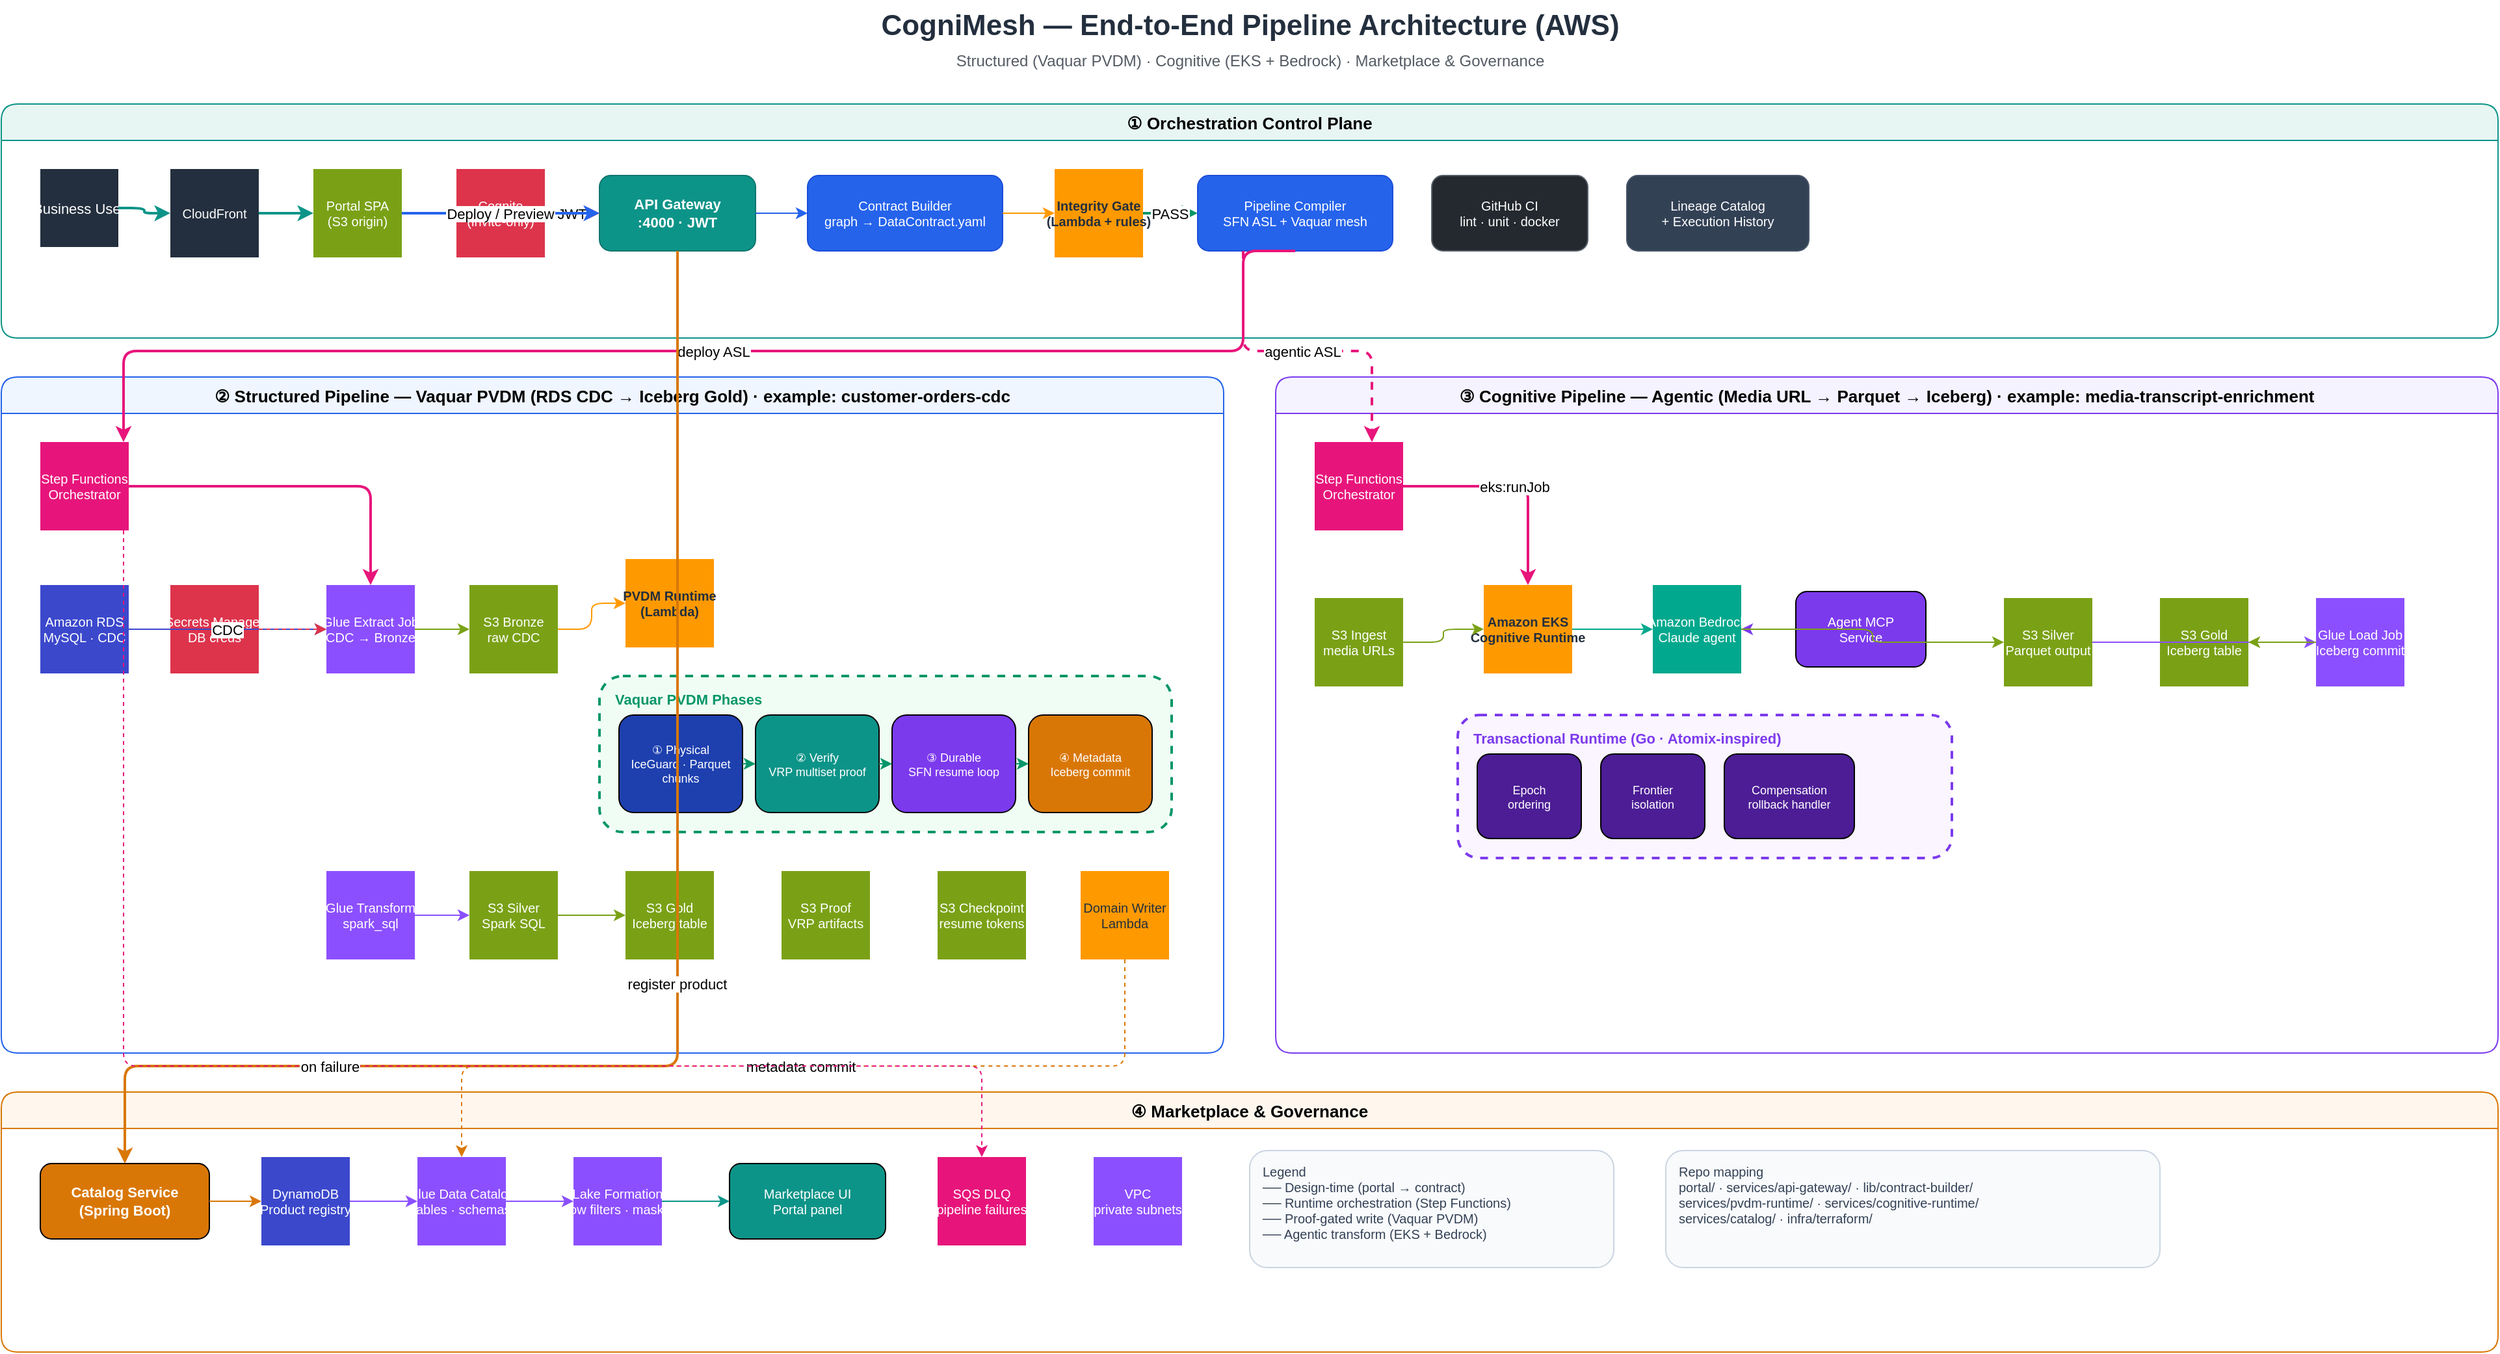
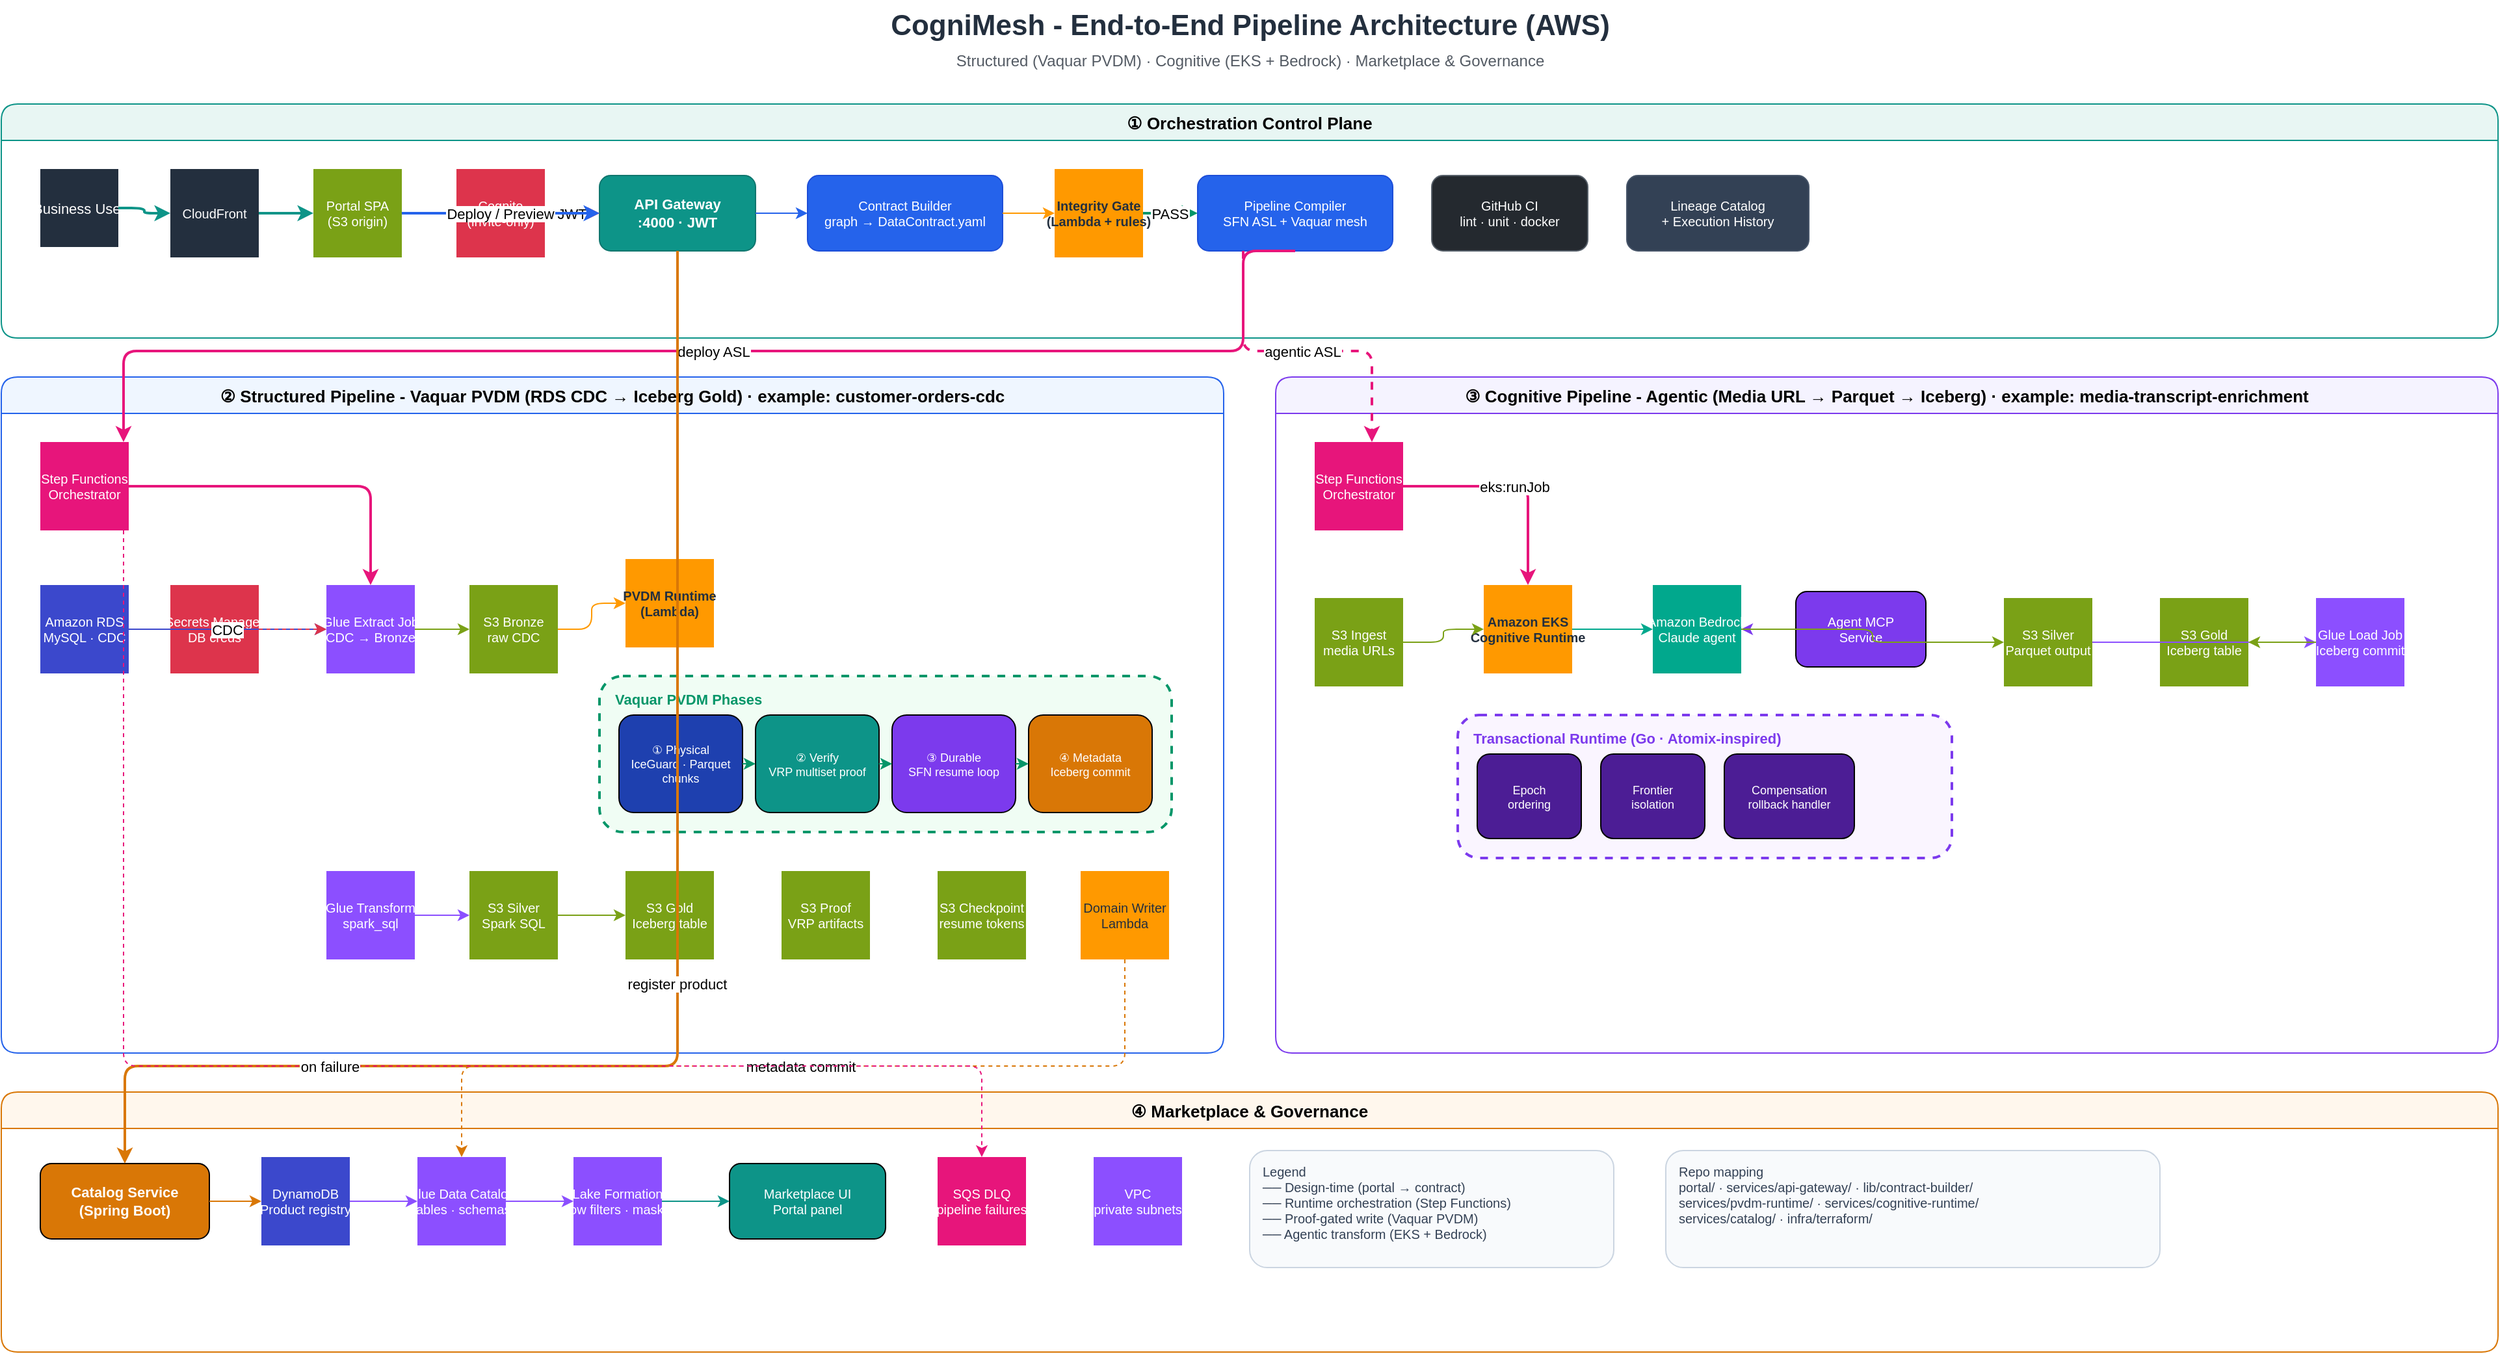
<mxfile host="app.diagrams.net" modified="2026-06-15T00:00:00.000Z" agent="CogniMesh" version="22.1.0" type="device">
  <diagram id="cognimesh-e2e" name="CogniMesh Pipeline E2E">
    <mxGraphModel dx="1800" dy="1100" grid="1" gridSize="10" guides="1" tooltips="1" connect="1" arrows="1" fold="1" page="1" pageScale="1" pageWidth="2000" pageHeight="1400" math="0" shadow="0">
      <root>
        <mxCell id="0" />
        <mxCell id="1" parent="0" />

        <!-- Title -->
-         <mxCell id="title" value="CogniMesh — End-to-End Pipeline Architecture (AWS)" style="text;html=1;strokeColor=none;fillColor=none;align=center;verticalAlign=middle;fontSize=22;fontStyle=1;fontColor=#232F3E;" vertex="1" parent="1">
+         <mxCell id="title" value="CogniMesh - End-to-End Pipeline Architecture (AWS)" style="text;html=1;strokeColor=none;fillColor=none;align=center;verticalAlign=middle;fontSize=22;fontStyle=1;fontColor=#232F3E;" vertex="1" parent="1">
          <mxGeometry x="500" y="20" width="1000" height="40" as="geometry" />
        </mxCell>
        <mxCell id="subtitle" value="Structured (Vaquar PVDM) · Cognitive (EKS + Bedrock) · Marketplace &amp; Governance" style="text;html=1;strokeColor=none;fillColor=none;align=center;verticalAlign=middle;fontSize=12;fontColor=#545B64;" vertex="1" parent="1">
          <mxGeometry x="500" y="55" width="1000" height="24" as="geometry" />
        </mxCell>

        <!-- ========== CONTROL PLANE ========== -->
        <mxCell id="grp-control" value="① Orchestration Control Plane" style="swimlane;startSize=28;fillColor=#E8F6F3;strokeColor=#0D9488;fontStyle=1;fontSize=13;rounded=1;" vertex="1" parent="1">
          <mxGeometry x="40" y="100" width="1920" height="180" as="geometry" />
        </mxCell>

        <mxCell id="user" value="Business User" style="shape=mxgraph.aws4.users.users;fillColor=#232F3E;strokeColor=none;fontColor=#FFFFFF;fontSize=11;" vertex="1" parent="grp-control">
          <mxGeometry x="30" y="50" width="60" height="60" as="geometry" />
        </mxCell>

        <mxCell id="cf" value="CloudFront" style="shape=mxgraph.aws4.network_and_content_delivery.cloudfront;fillColor=#232F3E;strokeColor=none;fontColor=#FFFFFF;fontSize=10;" vertex="1" parent="grp-control">
          <mxGeometry x="130" y="50" width="68" height="68" as="geometry" />
        </mxCell>

        <mxCell id="portal-s3" value="Portal SPA&#xa;(S3 origin)" style="shape=mxgraph.aws4.storage.simple_storage_service_s3;fillColor=#7AA116;strokeColor=none;fontColor=#FFFFFF;fontSize=10;" vertex="1" parent="grp-control">
          <mxGeometry x="240" y="50" width="68" height="68" as="geometry" />
        </mxCell>

        <mxCell id="cognito" value="Cognito&#xa;(invite-only)" style="shape=mxgraph.aws4.security_identity_and_compliance.cognito;fillColor=#DD344C;strokeColor=none;fontColor=#FFFFFF;fontSize=10;" vertex="1" parent="grp-control">
          <mxGeometry x="350" y="50" width="68" height="68" as="geometry" />
        </mxCell>

        <mxCell id="api" value="API Gateway&#xa;:4000 · JWT" style="rounded=1;whiteSpace=wrap;html=1;fillColor=#0D9488;strokeColor=#0F766E;fontColor=#FFFFFF;fontSize=11;fontStyle=1;" vertex="1" parent="grp-control">
          <mxGeometry x="460" y="55" width="120" height="58" as="geometry" />
        </mxCell>

        <mxCell id="contract-builder" value="Contract Builder&#xa;graph → DataContract.yaml" style="rounded=1;whiteSpace=wrap;html=1;fillColor=#2563EB;strokeColor=#1D4ED8;fontColor=#FFFFFF;fontSize=10;" vertex="1" parent="grp-control">
          <mxGeometry x="620" y="55" width="150" height="58" as="geometry" />
        </mxCell>

        <mxCell id="integrity-gate" value="Integrity Gate&#xa;(Lambda + rules)" style="shape=mxgraph.aws4.compute.lambda;fillColor=#FF9900;strokeColor=none;fontColor=#232F3E;fontSize=10;fontStyle=1;" vertex="1" parent="grp-control">
          <mxGeometry x="810" y="50" width="68" height="68" as="geometry" />
        </mxCell>

        <mxCell id="compiler" value="Pipeline Compiler&#xa;SFN ASL + Vaquar mesh" style="rounded=1;whiteSpace=wrap;html=1;fillColor=#2563EB;strokeColor=#1D4ED8;fontColor=#FFFFFF;fontSize=10;" vertex="1" parent="grp-control">
          <mxGeometry x="920" y="55" width="150" height="58" as="geometry" />
        </mxCell>

        <mxCell id="ci" value="GitHub CI&#xa;lint · unit · docker" style="rounded=1;whiteSpace=wrap;html=1;fillColor=#24292F;strokeColor=#57606A;fontColor=#FFFFFF;fontSize=10;" vertex="1" parent="grp-control">
          <mxGeometry x="1100" y="55" width="120" height="58" as="geometry" />
        </mxCell>

        <mxCell id="lineage" value="Lineage Catalog&#xa;+ Execution History" style="rounded=1;whiteSpace=wrap;html=1;fillColor=#334155;strokeColor=#475569;fontColor=#FFFFFF;fontSize=10;" vertex="1" parent="grp-control">
          <mxGeometry x="1250" y="55" width="140" height="58" as="geometry" />
        </mxCell>

        <!-- control flow arrows -->
        <mxCell id="e1" style="edgeStyle=orthogonalEdgeStyle;rounded=1;strokeColor=#0D9488;strokeWidth=2;" edge="1" parent="grp-control" source="user" target="cf">
          <mxGeometry relative="1" as="geometry" />
        </mxCell>
        <mxCell id="e2" style="edgeStyle=orthogonalEdgeStyle;rounded=1;strokeColor=#0D9488;strokeWidth=2;" edge="1" parent="grp-control" source="cf" target="portal-s3">
          <mxGeometry relative="1" as="geometry" />
        </mxCell>
        <mxCell id="e3" value="JWT" style="edgeStyle=orthogonalEdgeStyle;rounded=1;strokeColor=#DD344C;dashed=1;" edge="1" parent="grp-control" source="cognito" target="api">
          <mxGeometry relative="1" as="geometry" />
        </mxCell>
        <mxCell id="e4" value="Deploy / Preview" style="edgeStyle=orthogonalEdgeStyle;rounded=1;strokeColor=#2563EB;strokeWidth=2;" edge="1" parent="grp-control" source="portal-s3" target="api">
          <mxGeometry relative="1" as="geometry" />
        </mxCell>
        <mxCell id="e5" style="edgeStyle=orthogonalEdgeStyle;rounded=1;strokeColor=#2563EB;" edge="1" parent="grp-control" source="api" target="contract-builder">
          <mxGeometry relative="1" as="geometry" />
        </mxCell>
        <mxCell id="e6" style="edgeStyle=orthogonalEdgeStyle;rounded=1;strokeColor=#FF9900;" edge="1" parent="grp-control" source="contract-builder" target="integrity-gate">
          <mxGeometry relative="1" as="geometry" />
        </mxCell>
        <mxCell id="e7" value="PASS" style="edgeStyle=orthogonalEdgeStyle;rounded=1;strokeColor=#059669;strokeWidth=2;" edge="1" parent="grp-control" source="integrity-gate" target="compiler">
          <mxGeometry relative="1" as="geometry" />
        </mxCell>

        <!-- ========== STRUCTURED PIPELINE ========== -->
-         <mxCell id="grp-structured" value="② Structured Pipeline — Vaquar PVDM (RDS CDC → Iceberg Gold)  ·  example: customer-orders-cdc" style="swimlane;startSize=28;fillColor=#EFF6FF;strokeColor=#2563EB;fontStyle=1;fontSize=13;rounded=1;" vertex="1" parent="1">
+         <mxCell id="grp-structured" value="② Structured Pipeline - Vaquar PVDM (RDS CDC → Iceberg Gold)  ·  example: customer-orders-cdc" style="swimlane;startSize=28;fillColor=#EFF6FF;strokeColor=#2563EB;fontStyle=1;fontSize=13;rounded=1;" vertex="1" parent="1">
          <mxGeometry x="40" y="310" width="940" height="520" as="geometry" />
        </mxCell>

        <mxCell id="sfn-struct" value="Step Functions&#xa;Orchestrator" style="shape=mxgraph.aws4.management_and_governance.step_functions;fillColor=#E7157B;strokeColor=none;fontColor=#FFFFFF;fontSize=10;" vertex="1" parent="grp-structured">
          <mxGeometry x="30" y="50" width="68" height="68" as="geometry" />
        </mxCell>

        <mxCell id="rds" value="Amazon RDS&#xa;MySQL · CDC" style="shape=mxgraph.aws4.database.rds;fillColor=#3B48CC;strokeColor=none;fontColor=#FFFFFF;fontSize=10;" vertex="1" parent="grp-structured">
          <mxGeometry x="30" y="160" width="68" height="68" as="geometry" />
        </mxCell>

        <mxCell id="secrets" value="Secrets Manager&#xa;DB creds" style="shape=mxgraph.aws4.security_identity_and_compliance.secrets_manager;fillColor=#DD344C;strokeColor=none;fontColor=#FFFFFF;fontSize=10;" vertex="1" parent="grp-structured">
          <mxGeometry x="130" y="160" width="68" height="68" as="geometry" />
        </mxCell>

        <mxCell id="extract-glue" value="Glue Extract Job&#xa;CDC → Bronze" style="shape=mxgraph.aws4.analytics.glue;fillColor=#8C4FFF;strokeColor=none;fontColor=#FFFFFF;fontSize=10;" vertex="1" parent="grp-structured">
          <mxGeometry x="250" y="160" width="68" height="68" as="geometry" />
        </mxCell>

        <mxCell id="s3-bronze" value="S3 Bronze&#xa;raw CDC" style="shape=mxgraph.aws4.storage.simple_storage_service_s3;fillColor=#7AA116;strokeColor=none;fontColor=#FFFFFF;fontSize=10;" vertex="1" parent="grp-structured">
          <mxGeometry x="360" y="160" width="68" height="68" as="geometry" />
        </mxCell>

        <mxCell id="pvdm-lambda" value="PVDM Runtime&#xa;(Lambda)" style="shape=mxgraph.aws4.compute.lambda;fillColor=#FF9900;strokeColor=none;fontColor=#232F3E;fontSize=10;fontStyle=1;" vertex="1" parent="grp-structured">
          <mxGeometry x="480" y="140" width="68" height="68" as="geometry" />
        </mxCell>

        <!-- PVDM phases box -->
        <mxCell id="pvdm-box" value="" style="rounded=1;whiteSpace=wrap;html=1;fillColor=#F0FDF4;strokeColor=#059669;dashed=1;strokeWidth=2;" vertex="1" parent="grp-structured">
          <mxGeometry x="460" y="230" width="440" height="120" as="geometry" />
        </mxCell>
        <mxCell id="pvdm-label" value="Vaquar PVDM Phases" style="text;html=1;strokeColor=none;fillColor=none;fontStyle=1;fontSize=11;fontColor=#059669;" vertex="1" parent="grp-structured">
          <mxGeometry x="470" y="235" width="160" height="20" as="geometry" />
        </mxCell>
        <mxCell id="p1" value="① Physical&#xa;IceGuard · Parquet chunks" style="rounded=1;whiteSpace=wrap;html=1;fillColor=#1E40AF;fontColor=#FFFFFF;fontSize=9;" vertex="1" parent="grp-structured">
          <mxGeometry x="475" y="260" width="95" height="75" as="geometry" />
        </mxCell>
        <mxCell id="p2" value="② Verify&#xa;VRP multiset proof" style="rounded=1;whiteSpace=wrap;html=1;fillColor=#0D9488;fontColor=#FFFFFF;fontSize=9;" vertex="1" parent="grp-structured">
          <mxGeometry x="580" y="260" width="95" height="75" as="geometry" />
        </mxCell>
        <mxCell id="p3" value="③ Durable&#xa;SFN resume loop" style="rounded=1;whiteSpace=wrap;html=1;fillColor=#7C3AED;fontColor=#FFFFFF;fontSize=9;" vertex="1" parent="grp-structured">
          <mxGeometry x="685" y="260" width="95" height="75" as="geometry" />
        </mxCell>
        <mxCell id="p4" value="④ Metadata&#xa;Iceberg commit" style="rounded=1;whiteSpace=wrap;html=1;fillColor=#D97706;fontColor=#FFFFFF;fontSize=9;" vertex="1" parent="grp-structured">
          <mxGeometry x="790" y="260" width="95" height="75" as="geometry" />
        </mxCell>

        <mxCell id="s3-silver" value="S3 Silver&#xa;Spark SQL" style="shape=mxgraph.aws4.storage.simple_storage_service_s3;fillColor=#7AA116;strokeColor=none;fontColor=#FFFFFF;fontSize=10;" vertex="1" parent="grp-structured">
          <mxGeometry x="360" y="380" width="68" height="68" as="geometry" />
        </mxCell>

        <mxCell id="glue-transform" value="Glue Transform&#xa;spark_sql" style="shape=mxgraph.aws4.analytics.glue;fillColor=#8C4FFF;strokeColor=none;fontColor=#FFFFFF;fontSize=10;" vertex="1" parent="grp-structured">
          <mxGeometry x="250" y="380" width="68" height="68" as="geometry" />
        </mxCell>

        <mxCell id="s3-gold" value="S3 Gold&#xa;Iceberg table" style="shape=mxgraph.aws4.storage.simple_storage_service_s3;fillColor=#7AA116;strokeColor=none;fontColor=#FFFFFF;fontSize=10;" vertex="1" parent="grp-structured">
          <mxGeometry x="480" y="380" width="68" height="68" as="geometry" />
        </mxCell>

        <mxCell id="s3-proof" value="S3 Proof&#xa;VRP artifacts" style="shape=mxgraph.aws4.storage.simple_storage_service_s3;fillColor=#7AA116;strokeColor=none;fontColor=#FFFFFF;fontSize=10;" vertex="1" parent="grp-structured">
          <mxGeometry x="600" y="380" width="68" height="68" as="geometry" />
        </mxCell>

        <mxCell id="s3-checkpoint" value="S3 Checkpoint&#xa;resume tokens" style="shape=mxgraph.aws4.storage.simple_storage_service_s3;fillColor=#7AA116;strokeColor=none;fontColor=#FFFFFF;fontSize=10;" vertex="1" parent="grp-structured">
          <mxGeometry x="720" y="380" width="68" height="68" as="geometry" />
        </mxCell>

        <mxCell id="domain-writer" value="Domain Writer&#xa;Lambda" style="shape=mxgraph.aws4.compute.lambda;fillColor=#FF9900;strokeColor=none;fontColor=#232F3E;fontSize=10;" vertex="1" parent="grp-structured">
          <mxGeometry x="830" y="380" width="68" height="68" as="geometry" />
        </mxCell>

        <!-- structured arrows -->
        <mxCell id="se1" style="edgeStyle=orthogonalEdgeStyle;rounded=1;strokeColor=#E7157B;strokeWidth=2;" edge="1" parent="grp-structured" source="sfn-struct" target="extract-glue">
          <mxGeometry relative="1" as="geometry" />
        </mxCell>
        <mxCell id="se2" value="CDC" style="edgeStyle=orthogonalEdgeStyle;rounded=1;strokeColor=#3B48CC;" edge="1" parent="grp-structured" source="rds" target="extract-glue">
          <mxGeometry relative="1" as="geometry" />
        </mxCell>
        <mxCell id="se3" style="edgeStyle=orthogonalEdgeStyle;rounded=1;strokeColor=#DD344C;dashed=1;" edge="1" parent="grp-structured" source="secrets" target="extract-glue">
          <mxGeometry relative="1" as="geometry" />
        </mxCell>
        <mxCell id="se4" style="edgeStyle=orthogonalEdgeStyle;rounded=1;strokeColor=#7AA116;" edge="1" parent="grp-structured" source="extract-glue" target="s3-bronze">
          <mxGeometry relative="1" as="geometry" />
        </mxCell>
        <mxCell id="se5" style="edgeStyle=orthogonalEdgeStyle;rounded=1;strokeColor=#FF9900;" edge="1" parent="grp-structured" source="s3-bronze" target="pvdm-lambda">
          <mxGeometry relative="1" as="geometry" />
        </mxCell>
        <mxCell id="se6" style="edgeStyle=orthogonalEdgeStyle;rounded=1;strokeColor=#059669;" edge="1" parent="grp-structured" source="p1" target="p2">
          <mxGeometry relative="1" as="geometry" />
        </mxCell>
        <mxCell id="se7" style="edgeStyle=orthogonalEdgeStyle;rounded=1;strokeColor=#059669;" edge="1" parent="grp-structured" source="p2" target="p3">
          <mxGeometry relative="1" as="geometry" />
        </mxCell>
        <mxCell id="se8" style="edgeStyle=orthogonalEdgeStyle;rounded=1;strokeColor=#059669;" edge="1" parent="grp-structured" source="p3" target="p4">
          <mxGeometry relative="1" as="geometry" />
        </mxCell>
        <mxCell id="se9" style="edgeStyle=orthogonalEdgeStyle;rounded=1;strokeColor=#8C4FFF;" edge="1" parent="grp-structured" source="glue-transform" target="s3-silver">
          <mxGeometry relative="1" as="geometry" />
        </mxCell>
        <mxCell id="se10" style="edgeStyle=orthogonalEdgeStyle;rounded=1;strokeColor=#7AA116;" edge="1" parent="grp-structured" source="s3-silver" target="s3-gold">
          <mxGeometry relative="1" as="geometry" />
        </mxCell>

        <!-- ========== COGNITIVE PIPELINE ========== -->
-         <mxCell id="grp-cognitive" value="③ Cognitive Pipeline — Agentic (Media URL → Parquet → Iceberg)  ·  example: media-transcript-enrichment" style="swimlane;startSize=28;fillColor=#F5F3FF;strokeColor=#7C3AED;fontStyle=1;fontSize=13;rounded=1;" vertex="1" parent="1">
+         <mxCell id="grp-cognitive" value="③ Cognitive Pipeline - Agentic (Media URL → Parquet → Iceberg)  ·  example: media-transcript-enrichment" style="swimlane;startSize=28;fillColor=#F5F3FF;strokeColor=#7C3AED;fontStyle=1;fontSize=13;rounded=1;" vertex="1" parent="1">
          <mxGeometry x="1020" y="310" width="940" height="520" as="geometry" />
        </mxCell>

        <mxCell id="sfn-cog" value="Step Functions&#xa;Orchestrator" style="shape=mxgraph.aws4.management_and_governance.step_functions;fillColor=#E7157B;strokeColor=none;fontColor=#FFFFFF;fontSize=10;" vertex="1" parent="grp-cognitive">
          <mxGeometry x="30" y="50" width="68" height="68" as="geometry" />
        </mxCell>

        <mxCell id="s3-media" value="S3 Ingest&#xa;media URLs" style="shape=mxgraph.aws4.storage.simple_storage_service_s3;fillColor=#7AA116;strokeColor=none;fontColor=#FFFFFF;fontSize=10;" vertex="1" parent="grp-cognitive">
          <mxGeometry x="30" y="170" width="68" height="68" as="geometry" />
        </mxCell>

        <mxCell id="eks" value="Amazon EKS&#xa;Cognitive Runtime" style="shape=mxgraph.aws4.containers.eks;fillColor=#FF9900;strokeColor=none;fontColor=#232F3E;fontSize=10;fontStyle=1;" vertex="1" parent="grp-cognitive">
          <mxGeometry x="160" y="160" width="68" height="68" as="geometry" />
        </mxCell>

        <mxCell id="bedrock" value="Amazon Bedrock&#xa;Claude agent" style="shape=mxgraph.aws4.machine_learning.bedrock;fillColor=#01A88D;strokeColor=none;fontColor=#FFFFFF;fontSize=10;" vertex="1" parent="grp-cognitive">
          <mxGeometry x="290" y="160" width="68" height="68" as="geometry" />
        </mxCell>

        <mxCell id="mcp" value="Agent MCP&#xa;Service" style="rounded=1;whiteSpace=wrap;html=1;fillColor=#7C3AED;fontColor=#FFFFFF;fontSize=10;" vertex="1" parent="grp-cognitive">
          <mxGeometry x="400" y="165" width="100" height="58" as="geometry" />
        </mxCell>

        <!-- transactional runtime box -->
        <mxCell id="rt-box" value="" style="rounded=1;whiteSpace=wrap;html=1;fillColor=#FAF5FF;strokeColor=#7C3AED;dashed=1;strokeWidth=2;" vertex="1" parent="grp-cognitive">
          <mxGeometry x="140" y="260" width="380" height="110" as="geometry" />
        </mxCell>
        <mxCell id="rt-label" value="Transactional Runtime (Go · Atomix-inspired)" style="text;html=1;strokeColor=none;fillColor=none;fontStyle=1;fontSize=11;fontColor=#7C3AED;" vertex="1" parent="grp-cognitive">
          <mxGeometry x="150" y="265" width="260" height="20" as="geometry" />
        </mxCell>
        <mxCell id="epoch" value="Epoch&#xa;ordering" style="rounded=1;whiteSpace=wrap;html=1;fillColor=#4C1D95;fontColor=#FFFFFF;fontSize=9;" vertex="1" parent="grp-cognitive">
          <mxGeometry x="155" y="290" width="80" height="65" as="geometry" />
        </mxCell>
        <mxCell id="frontier" value="Frontier&#xa;isolation" style="rounded=1;whiteSpace=wrap;html=1;fillColor=#4C1D95;fontColor=#FFFFFF;fontSize=9;" vertex="1" parent="grp-cognitive">
          <mxGeometry x="250" y="290" width="80" height="65" as="geometry" />
        </mxCell>
        <mxCell id="comp" value="Compensation&#xa;rollback handler" style="rounded=1;whiteSpace=wrap;html=1;fillColor=#4C1D95;fontColor=#FFFFFF;fontSize=9;" vertex="1" parent="grp-cognitive">
          <mxGeometry x="345" y="290" width="100" height="65" as="geometry" />
        </mxCell>

        <mxCell id="s3-parquet" value="S3 Silver&#xa;Parquet output" style="shape=mxgraph.aws4.storage.simple_storage_service_s3;fillColor=#7AA116;strokeColor=none;fontColor=#FFFFFF;fontSize=10;" vertex="1" parent="grp-cognitive">
          <mxGeometry x="560" y="170" width="68" height="68" as="geometry" />
        </mxCell>

        <mxCell id="s3-ice-cog" value="S3 Gold&#xa;Iceberg table" style="shape=mxgraph.aws4.storage.simple_storage_service_s3;fillColor=#7AA116;strokeColor=none;fontColor=#FFFFFF;fontSize=10;" vertex="1" parent="grp-cognitive">
          <mxGeometry x="680" y="170" width="68" height="68" as="geometry" />
        </mxCell>

        <mxCell id="glue-cog" value="Glue Load Job&#xa;Iceberg commit" style="shape=mxgraph.aws4.analytics.glue;fillColor=#8C4FFF;strokeColor=none;fontColor=#FFFFFF;fontSize=10;" vertex="1" parent="grp-cognitive">
          <mxGeometry x="800" y="170" width="68" height="68" as="geometry" />
        </mxCell>

        <!-- cognitive arrows -->
        <mxCell id="ce1" value="eks:runJob" style="edgeStyle=orthogonalEdgeStyle;rounded=1;strokeColor=#E7157B;strokeWidth=2;" edge="1" parent="grp-cognitive" source="sfn-cog" target="eks">
          <mxGeometry relative="1" as="geometry" />
        </mxCell>
        <mxCell id="ce2" style="edgeStyle=orthogonalEdgeStyle;rounded=1;strokeColor=#7AA116;" edge="1" parent="grp-cognitive" source="s3-media" target="eks">
          <mxGeometry relative="1" as="geometry" />
        </mxCell>
        <mxCell id="ce3" style="edgeStyle=orthogonalEdgeStyle;rounded=1;strokeColor=#01A88D;" edge="1" parent="grp-cognitive" source="eks" target="bedrock">
          <mxGeometry relative="1" as="geometry" />
        </mxCell>
        <mxCell id="ce4" style="edgeStyle=orthogonalEdgeStyle;rounded=1;strokeColor=#7C3AED;" edge="1" parent="grp-cognitive" source="mcp" target="bedrock">
          <mxGeometry relative="1" as="geometry" />
        </mxCell>
        <mxCell id="ce5" style="edgeStyle=orthogonalEdgeStyle;rounded=1;strokeColor=#7AA116;" edge="1" parent="grp-cognitive" source="bedrock" target="s3-parquet">
          <mxGeometry relative="1" as="geometry" />
        </mxCell>
        <mxCell id="ce6" style="edgeStyle=orthogonalEdgeStyle;rounded=1;strokeColor=#8C4FFF;" edge="1" parent="grp-cognitive" source="s3-parquet" target="glue-cog">
          <mxGeometry relative="1" as="geometry" />
        </mxCell>
        <mxCell id="ce7" style="edgeStyle=orthogonalEdgeStyle;rounded=1;strokeColor=#7AA116;" edge="1" parent="grp-cognitive" source="glue-cog" target="s3-ice-cog">
          <mxGeometry relative="1" as="geometry" />
        </mxCell>

        <!-- ========== MARKETPLACE ========== -->
        <mxCell id="grp-market" value="④ Marketplace &amp; Governance" style="swimlane;startSize=28;fillColor=#FFF7ED;strokeColor=#D97706;fontStyle=1;fontSize=13;rounded=1;" vertex="1" parent="1">
          <mxGeometry x="40" y="860" width="1920" height="200" as="geometry" />
        </mxCell>

        <mxCell id="catalog-svc" value="Catalog Service&#xa;(Spring Boot)" style="rounded=1;whiteSpace=wrap;html=1;fillColor=#D97706;fontColor=#FFFFFF;fontSize=11;fontStyle=1;" vertex="1" parent="grp-market">
          <mxGeometry x="30" y="55" width="130" height="58" as="geometry" />
        </mxCell>

        <mxCell id="dynamo" value="DynamoDB&#xa;Product registry" style="shape=mxgraph.aws4.database.dynamodb;fillColor=#3B48CC;strokeColor=none;fontColor=#FFFFFF;fontSize=10;" vertex="1" parent="grp-market">
          <mxGeometry x="200" y="50" width="68" height="68" as="geometry" />
        </mxCell>

        <mxCell id="glue-catalog" value="Glue Data Catalog&#xa;tables · schemas" style="shape=mxgraph.aws4.analytics.glue;fillColor=#8C4FFF;strokeColor=none;fontColor=#FFFFFF;fontSize=10;" vertex="1" parent="grp-market">
          <mxGeometry x="320" y="50" width="68" height="68" as="geometry" />
        </mxCell>

        <mxCell id="lake-formation" value="Lake Formation&#xa;row filters · masks" style="shape=mxgraph.aws4.analytics.lake_formation;fillColor=#8C4FFF;strokeColor=none;fontColor=#FFFFFF;fontSize=10;" vertex="1" parent="grp-market">
          <mxGeometry x="440" y="50" width="68" height="68" as="geometry" />
        </mxCell>

        <mxCell id="marketplace-ui" value="Marketplace UI&#xa;Portal panel" style="rounded=1;whiteSpace=wrap;html=1;fillColor=#0D9488;fontColor=#FFFFFF;fontSize=10;" vertex="1" parent="grp-market">
          <mxGeometry x="560" y="55" width="120" height="58" as="geometry" />
        </mxCell>

        <mxCell id="sqs-dlq" value="SQS DLQ&#xa;pipeline failures" style="shape=mxgraph.aws4.application_integration.sqs;fillColor=#E7157B;strokeColor=none;fontColor=#FFFFFF;fontSize=10;" vertex="1" parent="grp-market">
          <mxGeometry x="720" y="50" width="68" height="68" as="geometry" />
        </mxCell>

        <mxCell id="vpc" value="VPC&#xa;private subnets" style="shape=mxgraph.aws4.network_and_content_delivery.vpc;fillColor=#8C4FFF;strokeColor=none;fontColor=#FFFFFF;fontSize=10;" vertex="1" parent="grp-market">
          <mxGeometry x="840" y="50" width="68" height="68" as="geometry" />
        </mxCell>

        <mxCell id="legend" value="Legend&#xa;── Design-time (portal → contract)&#xa;── Runtime orchestration (Step Functions)&#xa;── Proof-gated write (Vaquar PVDM)&#xa;── Agentic transform (EKS + Bedrock)" style="text;html=1;strokeColor=#CBD5E1;fillColor=#F8FAFC;align=left;verticalAlign=top;fontSize=10;fontColor=#334155;spacingLeft=8;spacingTop=4;rounded=1;" vertex="1" parent="grp-market">
          <mxGeometry x="960" y="45" width="280" height="90" as="geometry" />
        </mxCell>

        <mxCell id="repo-map" value="Repo mapping&#xa;portal/ · services/api-gateway/ · lib/contract-builder/&#xa;services/pvdm-runtime/ · services/cognitive-runtime/&#xa;services/catalog/ · infra/terraform/" style="text;html=1;strokeColor=#CBD5E1;fillColor=#F8FAFC;align=left;verticalAlign=top;fontSize=10;fontColor=#334155;spacingLeft=8;spacingTop=4;rounded=1;" vertex="1" parent="grp-market">
          <mxGeometry x="1280" y="45" width="380" height="90" as="geometry" />
        </mxCell>

        <!-- market arrows -->
        <mxCell id="me1" style="edgeStyle=orthogonalEdgeStyle;rounded=1;strokeColor=#D97706;" edge="1" parent="grp-market" source="catalog-svc" target="dynamo">
          <mxGeometry relative="1" as="geometry" />
        </mxCell>
        <mxCell id="me2" style="edgeStyle=orthogonalEdgeStyle;rounded=1;strokeColor=#8C4FFF;" edge="1" parent="grp-market" source="dynamo" target="glue-catalog">
          <mxGeometry relative="1" as="geometry" />
        </mxCell>
        <mxCell id="me3" style="edgeStyle=orthogonalEdgeStyle;rounded=1;strokeColor=#8C4FFF;" edge="1" parent="grp-market" source="glue-catalog" target="lake-formation">
          <mxGeometry relative="1" as="geometry" />
        </mxCell>
        <mxCell id="me4" style="edgeStyle=orthogonalEdgeStyle;rounded=1;strokeColor=#0D9488;" edge="1" parent="grp-market" source="lake-formation" target="marketplace-ui">
          <mxGeometry relative="1" as="geometry" />
        </mxCell>

        <!-- cross-group: compiler to SFN -->
        <mxCell id="x1" value="deploy ASL" style="edgeStyle=orthogonalEdgeStyle;rounded=1;strokeColor=#E7157B;strokeWidth=2;exitX=0.5;exitY=1;exitDx=0;exitDy=0;" edge="1" parent="1" source="compiler" target="sfn-struct">
          <mxGeometry relative="1" as="geometry">
            <Array as="points">
              <mxPoint x="995" y="290" />
              <mxPoint x="134" y="290" />
            </Array>
          </mxGeometry>
        </mxCell>
        <mxCell id="x2" value="agentic ASL" style="edgeStyle=orthogonalEdgeStyle;rounded=1;strokeColor=#E7157B;strokeWidth=2;dashed=1;" edge="1" parent="1" source="compiler" target="sfn-cog">
          <mxGeometry relative="1" as="geometry">
            <Array as="points">
              <mxPoint x="995" y="290" />
              <mxPoint x="1094" y="290" />
            </Array>
          </mxGeometry>
        </mxCell>
        <mxCell id="x3" value="register product" style="edgeStyle=orthogonalEdgeStyle;rounded=1;strokeColor=#D97706;strokeWidth=2;" edge="1" parent="1" source="api" target="catalog-svc">
          <mxGeometry relative="1" as="geometry">
            <Array as="points">
              <mxPoint x="560" y="840" />
              <mxPoint x="135" y="840" />
            </Array>
          </mxGeometry>
        </mxCell>
        <mxCell id="x4" value="metadata commit" style="edgeStyle=orthogonalEdgeStyle;rounded=1;strokeColor=#D97706;dashed=1;" edge="1" parent="1" source="domain-writer" target="glue-catalog">
          <mxGeometry relative="1" as="geometry">
            <Array as="points">
              <mxPoint x="904" y="840" />
              <mxPoint x="394" y="840" />
            </Array>
          </mxGeometry>
        </mxCell>
        <mxCell id="x5" value="on failure" style="edgeStyle=orthogonalEdgeStyle;rounded=1;strokeColor=#E7157B;dashed=1;" edge="1" parent="1" source="sfn-struct" target="sqs-dlq">
          <mxGeometry relative="1" as="geometry">
            <Array as="points">
              <mxPoint x="134" y="840" />
              <mxPoint x="794" y="840" />
            </Array>
          </mxGeometry>
        </mxCell>

      </root>
    </mxGraphModel>
  </diagram>
</mxfile>
